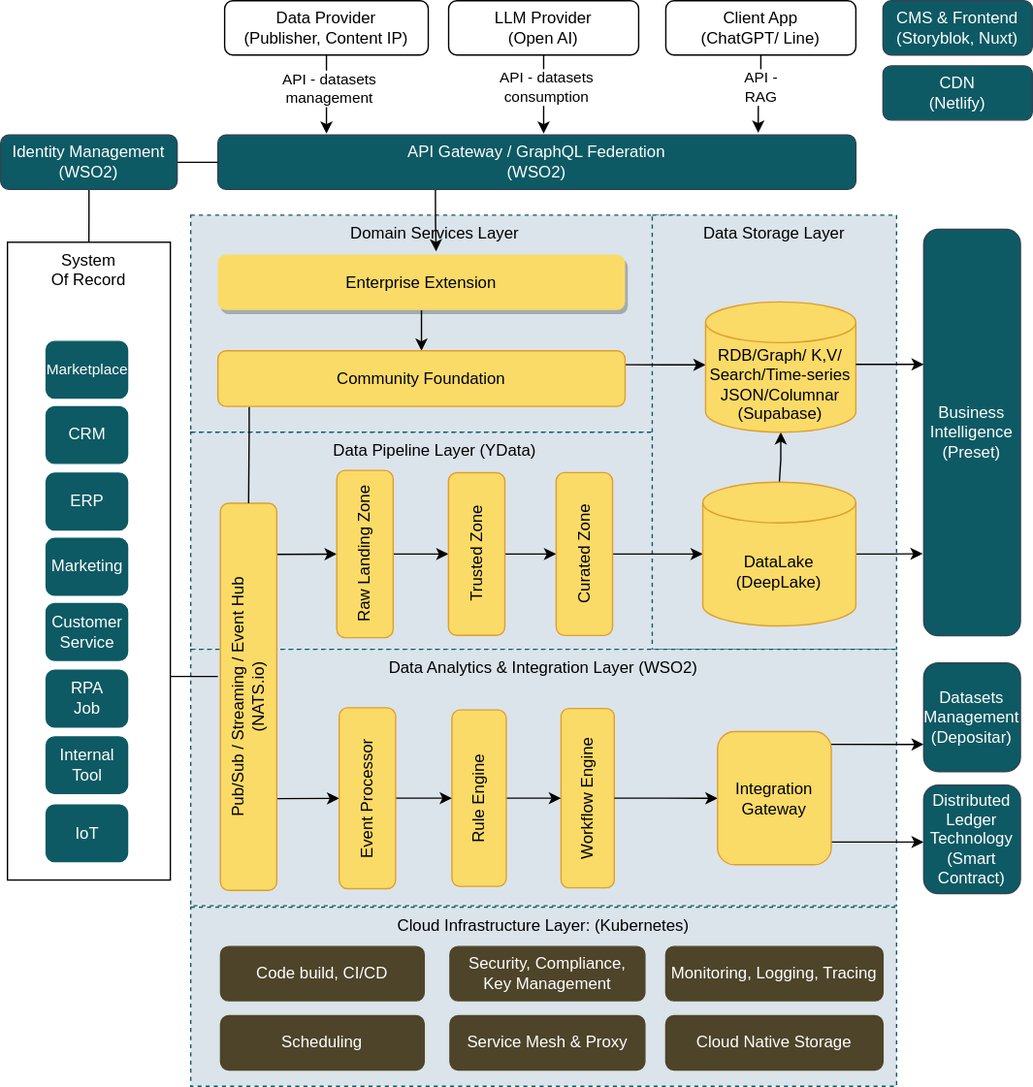
Earlier version of the draw.io export antora/docs/modules/ROOT/images/architecture.drawio.svg (man-chi/foundation). Source tidied: cells renumbered, new cells last; positions are measured from the earlier drawing's top-left corner, leaving out a move shared by most shapes.
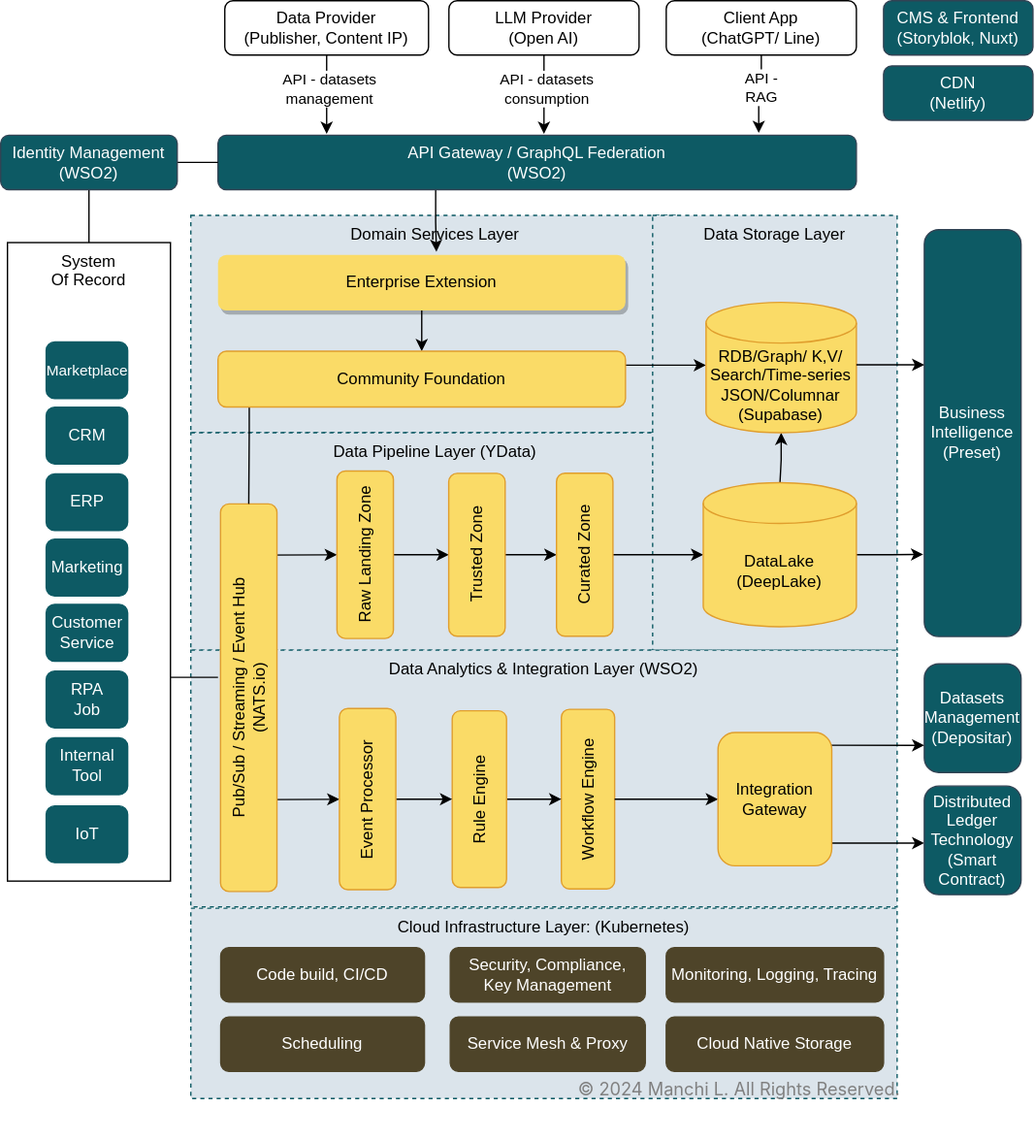
Later version of the same file.

Commit message:
Update architecture and migration diagrams added copyright author

Diff of the diagram source:
```diff
@@ -2,6 +2,15 @@
   <root>
     <mxCell id="0" />
     <mxCell id="1" parent="0" />
+    <mxCell id="71" style="group;" parent="1" vertex="1">
+      <mxGeometry x="140" y="668" width="529.4" height="170" as="geometry" />
+    </mxCell>
+    <mxCell id="5" value="Cloud Infrastructure Layer: (Kubernetes)" style="rounded=0;whiteSpace=wrap;html=1;align=center;verticalAlign=top;fillColor=#DBE4EB;strokeColor=#0D5A64;dashed=1;" parent="71" vertex="1">
+      <mxGeometry width="520" height="140" as="geometry" />
+    </mxCell>
+    <mxCell id="72" value="&lt;p style=&quot;word-break: break-word; font-family: -apple-system, &amp;quot;system-ui&amp;quot;, sans-serif; font-size: 13px; text-align: start;&quot;&gt;&lt;font color=&quot;#808080&quot;&gt;© 2024 Manchi L. All Rights Reserved.&lt;/font&gt;&lt;/p&gt;&lt;div&gt;&lt;br&gt;&lt;/div&gt;" style="text;strokeColor=none;align=center;fillColor=none;html=1;verticalAlign=middle;whiteSpace=wrap;rounded=0;labelBackgroundColor=none;fontColor=#000000;" parent="71" vertex="1">
+      <mxGeometry x="279.4" y="110" width="250" height="60" as="geometry" />
+    </mxCell>
     <mxCell id="2" value="Domain Services Layer" style="rounded=0;whiteSpace=wrap;html=1;align=center;verticalAlign=top;strokeColor=#0D5A64;fillColor=#DBE4EB;dashed=1;" parent="1" vertex="1">
       <mxGeometry x="140" y="158" width="360" height="160" as="geometry" />
     </mxCell>
@@ -11,9 +20,6 @@
     <mxCell id="4" value="Data Storage Layer" style="rounded=0;whiteSpace=wrap;html=1;align=center;verticalAlign=top;strokeColor=#0D5A64;fillColor=#DBE4EB;dashed=1;" parent="1" vertex="1">
       <mxGeometry x="480" y="158" width="180" height="320" as="geometry" />
     </mxCell>
-    <mxCell id="5" value="Cloud Infrastructure Layer: (Kubernetes)" style="rounded=0;whiteSpace=wrap;html=1;align=center;verticalAlign=top;fillColor=#DBE4EB;strokeColor=#0D5A64;dashed=1;" parent="1" vertex="1">
-      <mxGeometry x="140" y="668" width="520" height="132" as="geometry" />
-    </mxCell>
     <mxCell id="6" value="Data Analytics &amp;amp; Integration Layer (WSO2)" style="rounded=0;whiteSpace=wrap;html=1;align=center;verticalAlign=top;strokeColor=#0D5A64;fillColor=#DBE4EB;dashed=1;" parent="1" vertex="1">
       <mxGeometry x="140" y="478" width="520" height="189" as="geometry" />
     </mxCell>
```
